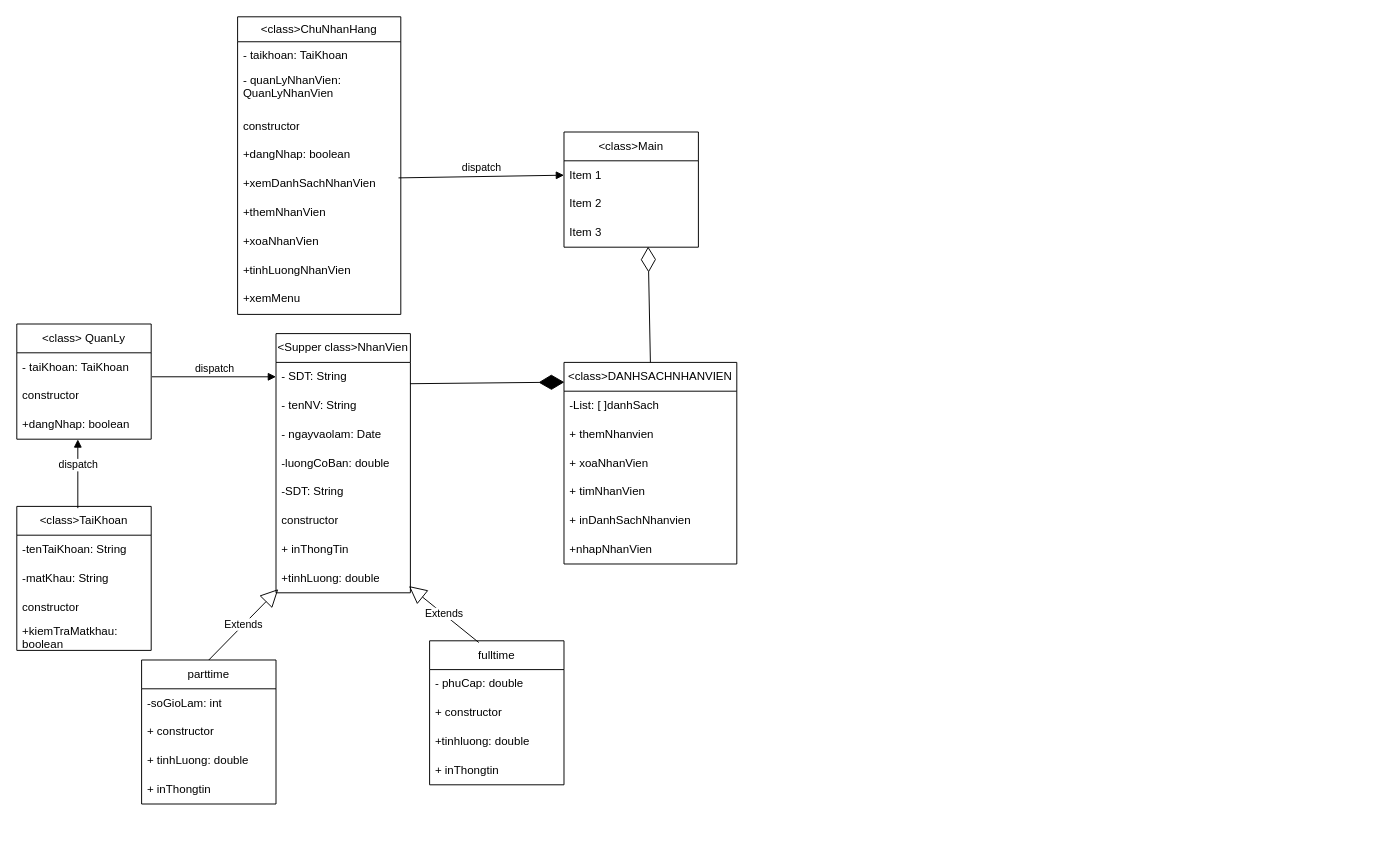
NguyenMTue/Team_4 keeps this draw.io diagram as Biểu đồ không có tiêu đề.drawio. Above is the earlier version. Source tidied: cells renumbered, new cells numbered last; positions are measured from the earlier drawing's top-left corner, leaving out a move shared by most shapes. Both pictures are drawn from the tidied source at 96%, with x=0, y=0 at pixel (16, 16).
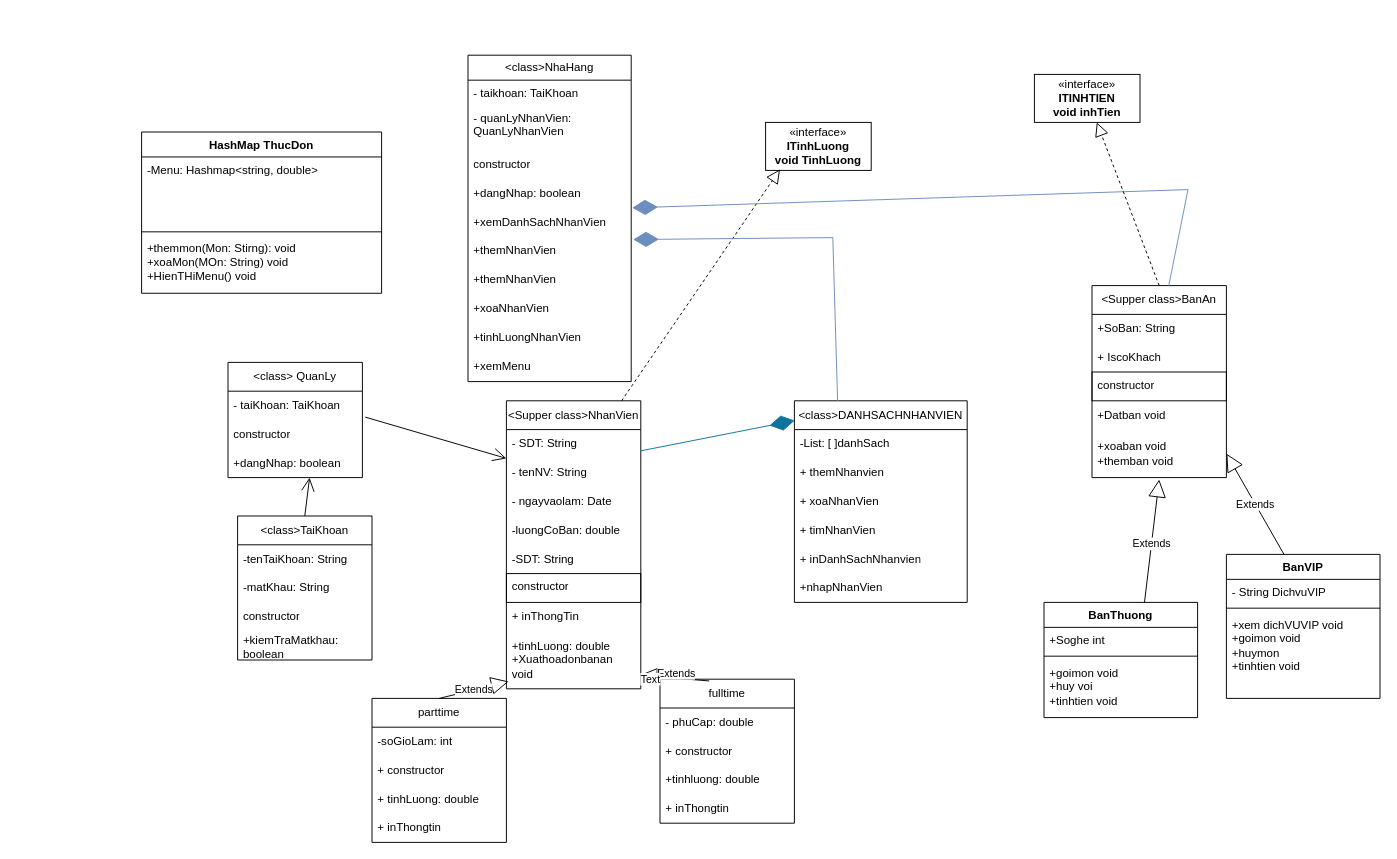
The same page after the edit.

Commit message:
Cập nhật Biểu đồ không có tiêu đề.drawio

The change refers to these unchanged cells:
```xml
<mxCell id="3" value="- SDT: String" style="text;strokeColor=none;fillColor=none;align=left;verticalAlign=middle;spacingLeft=4;spacingRight=4;overflow=hidden;points=[[0,0.5],[1,0.5]];portConstraint=eastwest;whiteSpace=wrap;html=1;" parent="2" vertex="1">
  <mxGeometry y="30" width="140" height="30" as="geometry" />
</mxCell>
<mxCell id="29" value="- taiKhoan: TaiKhoan" style="text;strokeColor=none;fillColor=none;align=left;verticalAlign=middle;spacingLeft=4;spacingRight=4;overflow=hidden;points=[[0,0.5],[1,0.5]];portConstraint=eastwest;whiteSpace=wrap;html=1;" parent="28" vertex="1">
  <mxGeometry y="30" width="140" height="30" as="geometry" />
</mxCell>
<mxCell id="30" value="constructor" style="text;strokeColor=none;fillColor=none;align=left;verticalAlign=middle;spacingLeft=4;spacingRight=4;overflow=hidden;points=[[0,0.5],[1,0.5]];portConstraint=eastwest;whiteSpace=wrap;html=1;" parent="28" vertex="1">
  <mxGeometry y="60" width="140" height="30" as="geometry" />
</mxCell>
<mxCell id="31" value="+dangNhap: boolean" style="text;strokeColor=none;fillColor=none;align=left;verticalAlign=middle;spacingLeft=4;spacingRight=4;overflow=hidden;points=[[0,0.5],[1,0.5]];portConstraint=eastwest;whiteSpace=wrap;html=1;" parent="28" vertex="1">
  <mxGeometry y="90" width="140" height="30" as="geometry" />
</mxCell>
<mxCell id="52" value="+xemDanhSachNhanVien" style="text;strokeColor=none;fillColor=none;align=left;verticalAlign=top;spacingLeft=4;spacingRight=4;overflow=hidden;points=[[0,0.5],[1,0.5]];portConstraint=eastwest;whiteSpace=wrap;html=1;" parent="47" vertex="1">
  <mxGeometry y="160" width="170" height="30" as="geometry" />
</mxCell>
<mxCell id="53" value="+themNhanVien" style="text;strokeColor=none;fillColor=none;align=left;verticalAlign=top;spacingLeft=4;spacingRight=4;overflow=hidden;points=[[0,0.5],[1,0.5]];portConstraint=eastwest;whiteSpace=wrap;html=1;" parent="47" vertex="1">
  <mxGeometry y="190" width="170" height="30" as="geometry" />
</mxCell>
```

Change to the diagram source:
```diff
@@
+    <mxCell id="58" style="group;" parent="1" vertex="1">
+      <mxGeometry x="220" y="40" width="770" height="820" as="geometry" />
+    </mxCell>
-    <mxCell id="2" value="&amp;lt;Supper class&amp;gt;NhanVien" style="swimlane;fontStyle=0;horizontal=1;startSize=30;whiteSpace=wrap;html=1;" parent="1" vertex="1">
-      <mxGeometry x="270" y="330" width="140" height="270" as="geometry" />
+    <mxCell id="2" value="&amp;lt;Supper class&amp;gt;NhanVien" style="swimlane;fontStyle=0;horizontal=1;startSize=30;whiteSpace=wrap;html=1;" parent="58" vertex="1">
+      <mxGeometry x="290" y="360" width="140" height="300" as="geometry" />
     </mxCell>
@@
+    <mxCell id="59" style="endArrow=open;endFill=1;endSize=12;html=1;rounded=0;entryX=0.607;entryY=1;entryDx=0;entryDy=0;entryPerimeter=0;exitX=1.021;exitY=-0.1;exitDx=0;exitDy=0;exitPerimeter=0;" parent="2" edge="1" source="30">
+      <mxGeometry relative="1" as="geometry">
+        <mxPoint y="60" as="targetPoint" />
+      </mxGeometry>
+    </mxCell>
@@
-    <mxCell id="8" value="constructor" style="text;strokeColor=none;fillColor=none;align=left;verticalAlign=middle;spacingLeft=4;spacingRight=4;overflow=hidden;whiteSpace=wrap;html=1;" parent="2" vertex="1">
+    <mxCell id="8" value="constructor" style="text;strokeColor=default;fillColor=none;align=left;verticalAlign=top;spacingLeft=4;spacingRight=4;overflow=hidden;whiteSpace=wrap;html=1;" parent="2" vertex="1">
       <mxGeometry y="180" width="140" height="30" as="geometry" />
     </mxCell>
@@
-    <mxCell id="10" value="+tinhLuong: double" style="text;strokeColor=none;fillColor=none;align=left;verticalAlign=middle;spacingLeft=4;spacingRight=4;overflow=hidden;points=[[0,0.5],[1,0.5]];portConstraint=eastwest;whiteSpace=wrap;html=1;" parent="2" vertex="1">
-      <mxGeometry y="240" width="140" height="30" as="geometry" />
+    <mxCell id="10" value="+tinhLuong: double&lt;div&gt;+Xuathoadonbanan void&lt;/div&gt;" style="text;strokeColor=none;fillColor=none;align=left;verticalAlign=middle;spacingLeft=4;spacingRight=4;overflow=hidden;points=[[0,0.5],[1,0.5]];portConstraint=eastwest;whiteSpace=wrap;html=1;" parent="2" vertex="1">
+      <mxGeometry y="240" width="140" height="60" as="geometry" />
     </mxCell>
-    <mxCell id="11" value="parttime" style="swimlane;fontStyle=0;horizontal=1;startSize=30;whiteSpace=wrap;html=1;" parent="1" vertex="1">
-      <mxGeometry x="130" y="670" width="140" height="150" as="geometry" />
+    <mxCell id="11" value="parttime" style="swimlane;fontStyle=0;horizontal=1;startSize=30;whiteSpace=wrap;html=1;" parent="58" vertex="1">
+      <mxGeometry x="150" y="670" width="140" height="150" as="geometry" />
     </mxCell>
@@
-    <mxCell id="16" value="fulltime" style="swimlane;fontStyle=0;horizontal=1;startSize=30;whiteSpace=wrap;html=1;" parent="1" vertex="1">
-      <mxGeometry x="430" y="650" width="140" height="150" as="geometry" />
+    <mxCell id="16" value="fulltime" style="swimlane;fontStyle=0;horizontal=1;startSize=30;whiteSpace=wrap;html=1;" parent="58" vertex="1">
+      <mxGeometry x="450" y="650" width="140" height="150" as="geometry" />
     </mxCell>
@@
-    <mxCell id="21" value="&amp;lt;class&amp;gt;DANHSACHNHANVIEN" style="swimlane;fontStyle=0;horizontal=1;startSize=30;whiteSpace=wrap;html=1;" parent="1" vertex="1">
-      <mxGeometry x="570" y="360" width="180" height="210" as="geometry" />
+    <mxCell id="21" value="&amp;lt;class&amp;gt;DANHSACHNHANVIEN" style="swimlane;fontStyle=0;horizontal=1;startSize=30;whiteSpace=wrap;html=1;" parent="58" vertex="1">
+      <mxGeometry x="590" y="360" width="180" height="210" as="geometry" />
     </mxCell>
@@
-    <mxCell id="28" value="&amp;lt;class&amp;gt; QuanLy" style="swimlane;fontStyle=0;horizontal=1;startSize=30;whiteSpace=wrap;html=1;" parent="1" vertex="1">
+    <mxCell id="28" value="&amp;lt;class&amp;gt; QuanLy" style="swimlane;fontStyle=0;horizontal=1;startSize=30;whiteSpace=wrap;html=1;" parent="58" vertex="1">
       <mxGeometry y="320" width="140" height="120" as="geometry" />
     </mxCell>
@@
-    <mxCell id="32" value="&amp;lt;class&amp;gt;TaiKhoan" style="swimlane;fontStyle=0;horizontal=1;startSize=30;whiteSpace=wrap;html=1;" parent="1" vertex="1">
-      <mxGeometry y="510" width="140" height="150" as="geometry" />
+    <mxCell id="32" value="&amp;lt;class&amp;gt;TaiKhoan" style="swimlane;fontStyle=0;horizontal=1;startSize=30;whiteSpace=wrap;html=1;" parent="58" vertex="1">
+      <mxGeometry x="10" y="480" width="140" height="150" as="geometry" />
     </mxCell>
@@
-    <mxCell id="37" value="&amp;lt;class&amp;gt;Main" style="swimlane;fontStyle=0;horizontal=1;startSize=30;whiteSpace=wrap;html=1;" parent="1" vertex="1">
-      <mxGeometry x="570" y="120" width="140" height="120" as="geometry" />
-    </mxCell>
-    <mxCell id="38" value="Item 1" style="text;strokeColor=none;fillColor=none;align=left;verticalAlign=middle;spacingLeft=4;spacingRight=4;overflow=hidden;points=[[0,0.5],[1,0.5]];portConstraint=eastwest;whiteSpace=wrap;html=1;" parent="37" vertex="1">
-      <mxGeometry y="30" width="140" height="30" as="geometry" />
-    </mxCell>
-    <mxCell id="39" value="Item 2" style="text;strokeColor=none;fillColor=none;align=left;verticalAlign=middle;spacingLeft=4;spacingRight=4;overflow=hidden;whiteSpace=wrap;html=1;" parent="37" vertex="1">
-      <mxGeometry y="60" width="140" height="30" as="geometry" />
-    </mxCell>
-    <mxCell id="40" value="Item 3" style="text;strokeColor=none;fillColor=none;align=left;verticalAlign=middle;spacingLeft=4;spacingRight=4;overflow=hidden;points=[[0,0.5],[1,0.5]];portConstraint=eastwest;whiteSpace=wrap;html=1;" parent="37" vertex="1">
-      <mxGeometry y="90" width="140" height="30" as="geometry" />
-    </mxCell>
-    <mxCell id="41" style="endArrow=diamondThin;endFill=1;endSize=24;html=1;rounded=0;exitX=0.997;exitY=0.74;exitDx=0;exitDy=0;entryX=0.002;entryY=0.098;entryDx=0;entryDy=0;entryPerimeter=0;exitPerimeter=0;" parent="1" edge="1" source="3" target="21">
+    <mxCell id="41" style="endArrow=diamondThin;endFill=1;endSize=24;html=1;rounded=0;exitX=0.997;exitY=0.74;exitDx=0;exitDy=0;entryX=0.002;entryY=0.098;entryDx=0;entryDy=0;entryPerimeter=0;exitPerimeter=0;fillColor=#b1ddf0;strokeColor=#10739e;" parent="58" edge="1" source="3" target="21">
       <mxGeometry relative="1" as="geometry" />
     </mxCell>
-    <mxCell id="42" value="Extends" style="endArrow=block;endSize=16;endFill=0;html=1;rounded=0;entryX=0.017;entryY=0.873;entryDx=0;entryDy=0;entryPerimeter=0;exitX=0.5;exitY=0;exitDx=0;exitDy=0;" parent="1" edge="1" source="11" target="10">
+    <mxCell id="42" value="Extends" style="endArrow=block;endSize=16;endFill=0;html=1;rounded=0;entryX=0.017;entryY=0.873;entryDx=0;entryDy=0;entryPerimeter=0;exitX=0.5;exitY=0;exitDx=0;exitDy=0;" parent="58" edge="1" source="11" target="10">
       <mxGeometry relative="1" as="geometry" />
     </mxCell>
-    <mxCell id="43" value="Extends" style="endArrow=block;endSize=16;endFill=0;html=1;rounded=0;exitX=0.366;exitY=0.012;exitDx=0;exitDy=0;exitPerimeter=0;entryX=0.989;entryY=0.767;entryDx=0;entryDy=0;entryPerimeter=0;" parent="1" edge="1" source="16" target="10">
-      <mxGeometry relative="1" as="geometry" />
+    <mxCell id="43" value="Extends" style="endArrow=block;endSize=16;endFill=0;html=1;rounded=0;exitX=0.366;exitY=0.012;exitDx=0;exitDy=0;exitPerimeter=0;entryX=0.989;entryY=0.767;entryDx=0;entryDy=0;entryPerimeter=0;" parent="58" edge="1" source="16" target="10">
+      <mxGeometry x="-0.05" y="-5" relative="1" as="geometry" />
     </mxCell>
-    <mxCell id="44" value="dispatch" style="html=1;verticalAlign=bottom;endArrow=block;curved=0;rounded=0;exitX=0.454;exitY=0.012;exitDx=0;exitDy=0;exitPerimeter=0;entryX=0.454;entryY=1.007;entryDx=0;entryDy=0;entryPerimeter=0;" parent="1" edge="1" source="32" target="31">
-      <mxGeometry relative="1" as="geometry" />
-    </mxCell>
-    <mxCell id="45" value="dispatch" style="html=1;verticalAlign=bottom;endArrow=block;curved=0;rounded=0;entryX=0;entryY=0.5;entryDx=0;entryDy=0;exitX=1.006;exitY=0.833;exitDx=0;exitDy=0;exitPerimeter=0;" parent="1" edge="1" source="29" target="3">
-      <mxGeometry relative="1" as="geometry" />
-    </mxCell>
-    <mxCell id="46" style="endArrow=diamondThin;endFill=0;endSize=24;html=1;rounded=0;entryX=0.626;entryY=0.98;entryDx=0;entryDy=0;entryPerimeter=0;exitX=0.5;exitY=0;exitDx=0;exitDy=0;" parent="1" edge="1" source="21" target="40">
-      <mxGeometry relative="1" as="geometry" />
-    </mxCell>
+    <mxCell id="60" value="Text" style="edgeLabel;html=1;align=center;verticalAlign=middle;" parent="43" vertex="1">
+      <mxGeometry x="0.71" y="3" relative="1" as="geometry" />
+    </mxCell>
-    <mxCell id="47" value="&amp;lt;class&amp;gt;ChuNhanHang" style="swimlane;fontStyle=0;horizontal=1;startSize=26;fillColor=none;whiteSpace=wrap;html=1;" parent="1" vertex="1">
-      <mxGeometry x="230" width="170" height="310" as="geometry" />
+    <mxCell id="47" value="&amp;lt;class&amp;gt;NhaHang" style="swimlane;fontStyle=0;horizontal=1;startSize=26;fillColor=none;whiteSpace=wrap;html=1;" parent="58" vertex="1">
+      <mxGeometry x="250" width="170" height="340" as="geometry" />
     </mxCell>
@@
+    <mxCell id="61" value="+themNhanVien" style="text;strokeColor=none;fillColor=none;align=left;verticalAlign=top;spacingLeft=4;spacingRight=4;overflow=hidden;whiteSpace=wrap;html=1;" parent="47" vertex="1">
+      <mxGeometry y="220" width="170" height="30" as="geometry" />
+    </mxCell>
     <mxCell id="54" value="+xoaNhanVien" style="text;strokeColor=none;fillColor=none;align=left;verticalAlign=top;spacingLeft=4;spacingRight=4;overflow=hidden;whiteSpace=wrap;html=1;" parent="47" vertex="1">
-      <mxGeometry y="220" width="170" height="30" as="geometry" />
+      <mxGeometry y="250" width="170" height="30" as="geometry" />
     </mxCell>
     <mxCell id="55" value="+tinhLuongNhanVien" style="text;strokeColor=none;fillColor=none;align=left;verticalAlign=top;spacingLeft=4;spacingRight=4;overflow=hidden;whiteSpace=wrap;html=1;" parent="47" vertex="1">
-      <mxGeometry y="250" width="170" height="30" as="geometry" />
+      <mxGeometry y="280" width="170" height="30" as="geometry" />
     </mxCell>
     <mxCell id="56" value="+xemMenu" style="text;strokeColor=none;fillColor=none;align=left;verticalAlign=top;spacingLeft=4;spacingRight=4;overflow=hidden;whiteSpace=wrap;html=1;" parent="47" vertex="1">
-      <mxGeometry y="280" width="170" height="30" as="geometry" />
+      <mxGeometry y="310" width="170" height="30" as="geometry" />
     </mxCell>
-    <mxCell id="57" value="dispatch" style="html=1;verticalAlign=bottom;endArrow=block;curved=0;rounded=0;entryX=0;entryY=0.5;entryDx=0;entryDy=0;exitX=0.986;exitY=0.26;exitDx=0;exitDy=0;exitPerimeter=0;" parent="1" edge="1" source="52" target="38">
-      <mxGeometry relative="1" as="geometry" />
-    </mxCell>
+    <mxCell id="44" style="endArrow=open;endFill=1;endSize=12;html=1;rounded=0;entryX=0.607;entryY=1;entryDx=0;entryDy=0;entryPerimeter=0;exitX=0.5;exitY=0;exitDx=0;exitDy=0;" parent="58" edge="1" source="32" target="31">
+      <mxGeometry relative="1" as="geometry" />
+    </mxCell>
+    <mxCell id="62" value="«interface»&lt;br&gt;&lt;b&gt;ITinhLuong&lt;/b&gt;&lt;div&gt;&lt;b&gt;void TinhLuong&lt;/b&gt;&lt;/div&gt;" style="html=1;whiteSpace=wrap;" parent="58" vertex="1">
+      <mxGeometry x="560" y="70" width="110" height="50" as="geometry" />
+    </mxCell>
+    <mxCell id="63" style="endArrow=block;dashed=1;endFill=0;endSize=12;html=1;rounded=0;entryX=0.136;entryY=0.98;entryDx=0;entryDy=0;entryPerimeter=0;" parent="58" edge="1" target="62">
+      <mxGeometry relative="1" as="geometry">
+        <mxPoint x="410" y="360" as="sourcePoint" />
+      </mxGeometry>
+    </mxCell>
+    <mxCell id="64" style="endArrow=diamondThin;endFill=1;endSize=24;html=1;rounded=0;entryX=1.012;entryY=0.067;entryDx=0;entryDy=0;entryPerimeter=0;exitX=0.25;exitY=0;exitDx=0;exitDy=0;fillColor=#dae8fc;strokeColor=#6c8ebf;gradientColor=#7ea6e0;" parent="58" edge="1" source="21" target="53">
+      <mxGeometry relative="1" as="geometry">
+        <Array as="points">
+          <mxPoint x="630" y="190" />
+        </Array>
+      </mxGeometry>
+    </mxCell>
+    <mxCell id="65" value="HashMap ThucDon" style="swimlane;fontStyle=1;align=center;verticalAlign=top;horizontal=1;startSize=26;whiteSpace=wrap;html=1;swimlaneFillColor=default;" parent="1" vertex="1">
+      <mxGeometry x="130" y="120" width="250" height="168" as="geometry" />
+    </mxCell>
+    <mxCell id="66" value="-Menu: Hashmap&amp;lt;string, double&amp;gt;" style="text;strokeColor=none;fillColor=none;align=left;verticalAlign=top;spacingLeft=4;spacingRight=4;overflow=hidden;whiteSpace=wrap;html=1;" parent="65" vertex="1">
+      <mxGeometry y="26" width="250" height="74" as="geometry" />
+    </mxCell>
+    <mxCell id="67" style="line;strokeWidth=1;fillColor=none;align=left;verticalAlign=middle;spacingTop=-1;spacingLeft=3;spacingRight=3;labelPosition=right;strokeColor=inherit;" parent="65" vertex="1">
+      <mxGeometry y="100" width="250" height="8" as="geometry" />
+    </mxCell>
+    <mxCell id="68" value="+themmon(Mon: Stirng): void&lt;div&gt;+xoaMon(MOn: String) void&lt;/div&gt;&lt;div&gt;+HienTHiMenu() void&lt;/div&gt;" style="text;strokeColor=none;fillColor=none;align=left;verticalAlign=top;spacingLeft=4;spacingRight=4;overflow=hidden;whiteSpace=wrap;html=1;swimlaneFillColor=default;" parent="65" vertex="1">
+      <mxGeometry y="108" width="250" height="60" as="geometry" />
+    </mxCell>
+    <mxCell id="69" value="«interface»&lt;br&gt;&lt;b&gt;ITINHTIEN&lt;/b&gt;&lt;div&gt;&lt;b&gt;void inhTien&lt;/b&gt;&lt;/div&gt;" style="html=1;whiteSpace=wrap;" parent="1" vertex="1">
+      <mxGeometry x="1060" y="60" width="110" height="50" as="geometry" />
+    </mxCell>
+    <mxCell id="70" value="&amp;lt;Supper class&amp;gt;BanAn" style="swimlane;fontStyle=0;horizontal=1;startSize=30;whiteSpace=wrap;html=1;" parent="1" vertex="1">
+      <mxGeometry x="1120" y="280" width="140" height="200" as="geometry" />
+    </mxCell>
+    <mxCell id="71" value="+SoBan: String" style="text;strokeColor=none;fillColor=none;align=left;verticalAlign=middle;spacingLeft=4;spacingRight=4;overflow=hidden;whiteSpace=wrap;html=1;" parent="70" vertex="1">
+      <mxGeometry y="30" width="140" height="30" as="geometry" />
+    </mxCell>
+    <mxCell id="72" value="+ IscoKhach" style="text;strokeColor=none;fillColor=none;align=left;verticalAlign=middle;spacingLeft=4;spacingRight=4;overflow=hidden;whiteSpace=wrap;html=1;" parent="70" vertex="1">
+      <mxGeometry y="60" width="140" height="30" as="geometry" />
+    </mxCell>
+    <mxCell id="73" value="constructor" style="text;strokeColor=default;fillColor=none;align=left;verticalAlign=top;spacingLeft=4;spacingRight=4;overflow=hidden;whiteSpace=wrap;html=1;" parent="70" vertex="1">
+      <mxGeometry y="90" width="140" height="30" as="geometry" />
+    </mxCell>
+    <mxCell id="74" value="+Datban void" style="text;strokeColor=none;fillColor=none;align=left;verticalAlign=middle;spacingLeft=4;spacingRight=4;overflow=hidden;whiteSpace=wrap;html=1;" parent="70" vertex="1">
+      <mxGeometry y="120" width="140" height="30" as="geometry" />
+    </mxCell>
+    <mxCell id="75" value="+xoaban void&lt;div&gt;+themban void&lt;/div&gt;" style="text;strokeColor=none;fillColor=none;align=left;verticalAlign=middle;spacingLeft=4;spacingRight=4;overflow=hidden;points=[[0,0.5],[1,0.5]];portConstraint=eastwest;whiteSpace=wrap;html=1;" parent="70" vertex="1">
+      <mxGeometry y="150" width="140" height="50" as="geometry" />
+    </mxCell>
+    <mxCell id="76" value="BanVIP" style="swimlane;fontStyle=1;align=center;verticalAlign=top;horizontal=1;startSize=26;whiteSpace=wrap;html=1;" parent="1" vertex="1">
+      <mxGeometry x="1260" y="560" width="160" height="150" as="geometry" />
+    </mxCell>
+    <mxCell id="77" value="- String DichvuVIP" style="text;strokeColor=none;fillColor=none;align=left;verticalAlign=top;spacingLeft=4;spacingRight=4;overflow=hidden;whiteSpace=wrap;html=1;" parent="76" vertex="1">
+      <mxGeometry y="26" width="160" height="26" as="geometry" />
+    </mxCell>
+    <mxCell id="78" style="line;strokeWidth=1;fillColor=none;align=left;verticalAlign=middle;spacingTop=-1;spacingLeft=3;spacingRight=3;labelPosition=right;strokeColor=inherit;" parent="76" vertex="1">
+      <mxGeometry y="52" width="160" height="8" as="geometry" />
+    </mxCell>
+    <mxCell id="79" value="+xem dichVUVIP void&lt;div&gt;+goimon void&lt;/div&gt;&lt;div&gt;+huymon&lt;/div&gt;&lt;div&gt;+tinhtien void&lt;/div&gt;" style="text;strokeColor=none;fillColor=none;align=left;verticalAlign=top;spacingLeft=4;spacingRight=4;overflow=hidden;whiteSpace=wrap;html=1;" parent="76" vertex="1">
+      <mxGeometry y="60" width="160" height="90" as="geometry" />
+    </mxCell>
+    <mxCell id="80" value="Extends" style="endArrow=block;endSize=16;endFill=0;html=1;rounded=0;entryX=0.5;entryY=1.04;entryDx=0;entryDy=0;entryPerimeter=0;exitX=0.65;exitY=0.047;exitDx=0;exitDy=0;exitPerimeter=0;" parent="1" edge="1" source="83" target="75">
+      <mxGeometry relative="1" as="geometry" />
+    </mxCell>
+    <mxCell id="81" value="Extends" style="endArrow=block;endSize=16;endFill=0;html=1;rounded=0;entryX=1;entryY=0.5;entryDx=0;entryDy=0;exitX=0.419;exitY=-0.05;exitDx=0;exitDy=0;exitPerimeter=0;" parent="1" edge="1" target="75">
+      <mxGeometry relative="1" as="geometry">
+        <mxPoint x="1320" y="560" as="sourcePoint" />
+      </mxGeometry>
+    </mxCell>
+    <mxCell id="82" style="endArrow=diamondThin;endFill=1;endSize=24;html=1;rounded=0;entryX=1.006;entryY=-0.033;entryDx=0;entryDy=0;entryPerimeter=0;fillColor=#dae8fc;gradientColor=#7ea6e0;strokeColor=#6c8ebf;" parent="1" edge="1" target="52">
+      <mxGeometry relative="1" as="geometry">
+        <mxPoint x="1200" y="280" as="sourcePoint" />
+        <Array as="points">
+          <mxPoint x="1220" y="180" />
+        </Array>
+      </mxGeometry>
+    </mxCell>
+    <mxCell id="83" value="BanThuong" style="swimlane;fontStyle=1;align=center;verticalAlign=top;horizontal=1;startSize=26;whiteSpace=wrap;html=1;" parent="1" vertex="1">
+      <mxGeometry x="1070" y="610" width="160" height="120" as="geometry" />
+    </mxCell>
+    <mxCell id="84" value="+Soghe int" style="text;strokeColor=none;fillColor=none;align=left;verticalAlign=top;spacingLeft=4;spacingRight=4;overflow=hidden;whiteSpace=wrap;html=1;" parent="83" vertex="1">
+      <mxGeometry y="26" width="160" height="26" as="geometry" />
+    </mxCell>
+    <mxCell id="85" style="line;strokeWidth=1;fillColor=none;align=left;verticalAlign=middle;spacingTop=-1;spacingLeft=3;spacingRight=3;labelPosition=right;strokeColor=inherit;" parent="83" vertex="1">
+      <mxGeometry y="52" width="160" height="8" as="geometry" />
+    </mxCell>
+    <mxCell id="86" value="+goimon void&lt;div&gt;+huy voi&lt;/div&gt;&lt;div&gt;+tinhtien void&lt;/div&gt;" style="text;strokeColor=none;fillColor=none;align=left;verticalAlign=top;spacingLeft=4;spacingRight=4;overflow=hidden;whiteSpace=wrap;html=1;" parent="83" vertex="1">
+      <mxGeometry y="60" width="160" height="60" as="geometry" />
+    </mxCell>
+    <mxCell id="87" style="endArrow=block;dashed=1;endFill=0;endSize=12;html=1;rounded=0;entryX=0.136;entryY=0.98;entryDx=0;entryDy=0;entryPerimeter=0;exitX=0.5;exitY=0;exitDx=0;exitDy=0;" parent="1" edge="1" source="70">
+      <mxGeometry relative="1" as="geometry">
+        <mxPoint x="1125" y="110" as="targetPoint" />
+      </mxGeometry>
+    </mxCell>
```
